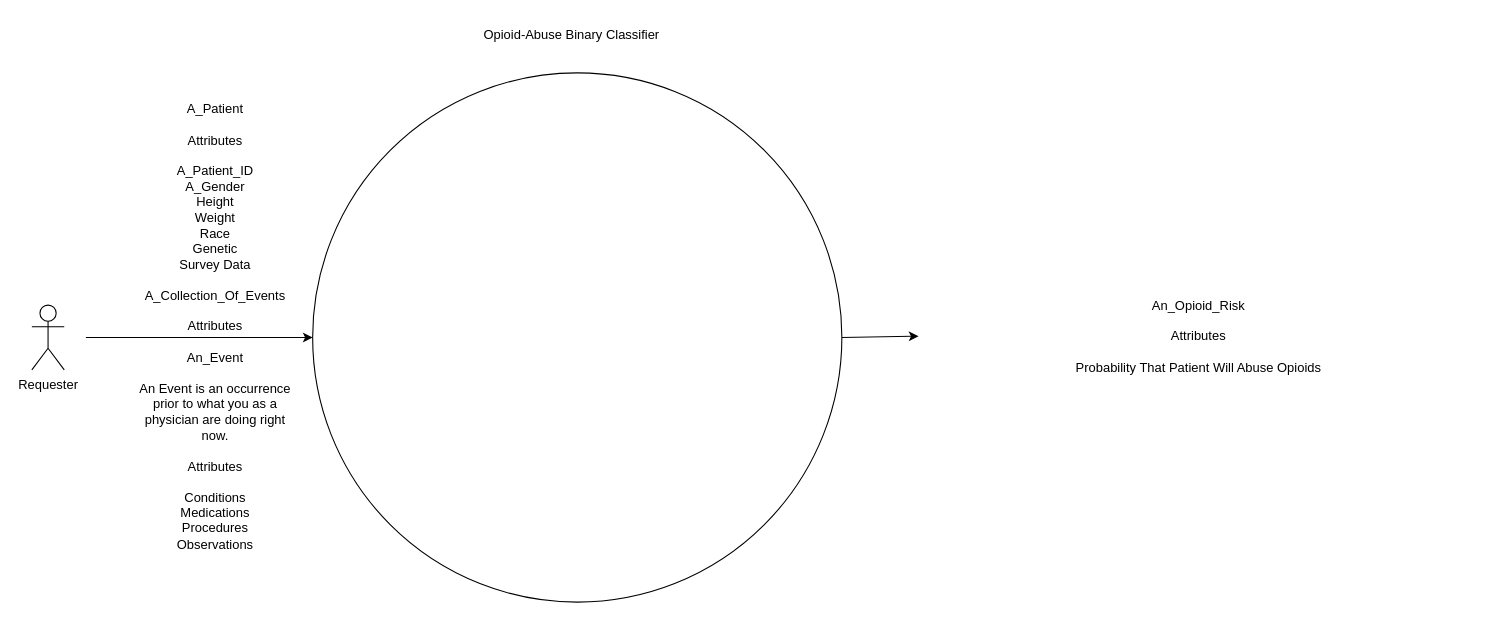
Earlier version of the draw.io diagram System_Analysis/System_Diagram.drawio (tslever/Opioid_Abuse_Predictor). Source tidied: cells renumbered, new cells numbered last; positions are measured from the earlier drawing's top-left corner, leaving out a move shared by most shapes. Both pictures are drawn from the tidied source at 108%, with x=0, y=0 at pixel (31, 18).
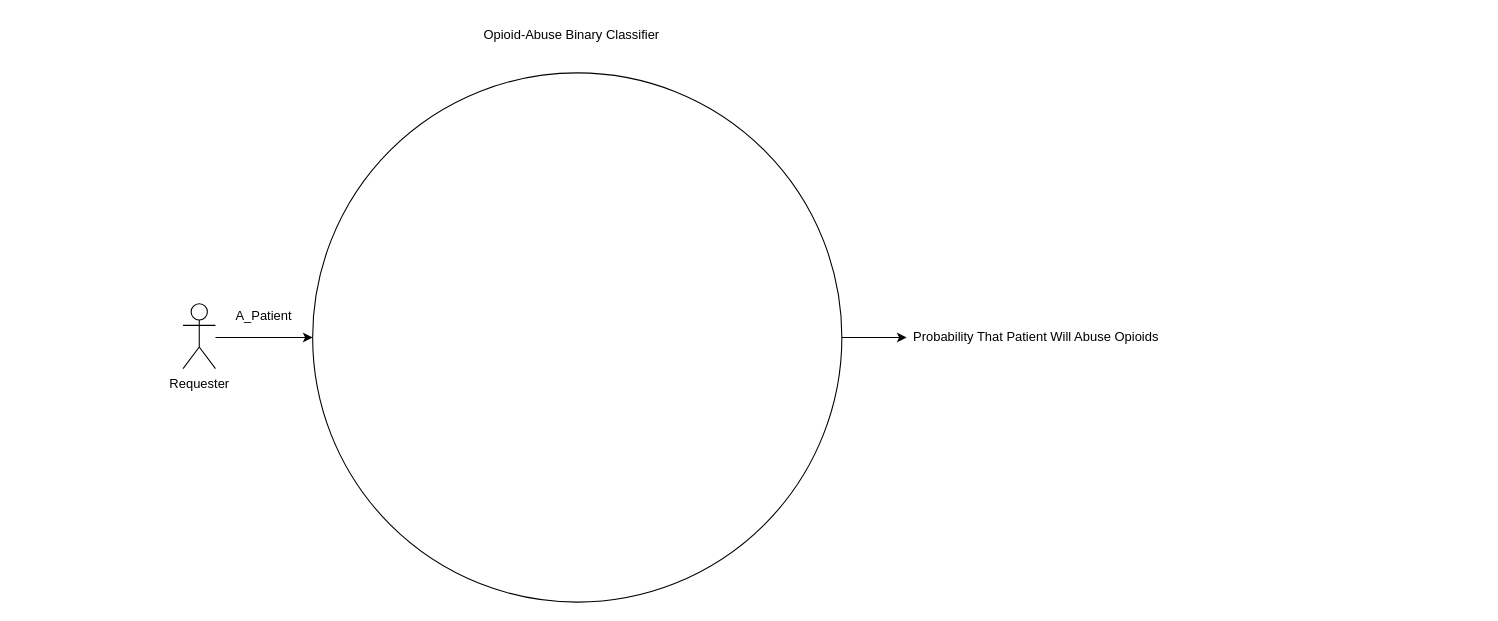
After the change.

Commit message:
Minimized System Diagram as A_Patient was mostly defined in Interface Design: Requester And Opioid-Abuse Binary Classifier

What changed in the source:
```diff
@@
 <mxGraphModel>
   <root>
     <mxCell id="0" />
     <mxCell id="1" parent="0" />
     <mxCell id="2" style="ellipse;whiteSpace=wrap;html=1;" parent="1" vertex="1">
       <mxGeometry x="260" y="50" width="490" height="490" as="geometry" />
     </mxCell>
     <mxCell id="3" style="endArrow=classic;html=1;rounded=0;entryX=0;entryY=0.5;entryDx=0;entryDy=0;" parent="1" edge="1" target="2">
       <mxGeometry relative="1" as="geometry">
-        <mxPoint x="50" y="295" as="sourcePoint" />
+        <mxPoint x="170" y="295" as="sourcePoint" />
       </mxGeometry>
     </mxCell>
     <mxCell id="4" value="Opioid-Abuse Binary Classifier" style="text;html=1;strokeColor=none;fillColor=none;align=center;verticalAlign=middle;whiteSpace=wrap;rounded=0;" parent="1" vertex="1">
       <mxGeometry x="390" width="220" height="30" as="geometry" />
     </mxCell>
-    <mxCell id="5" value="A_Patient&lt;br&gt;&lt;br&gt;Attributes&lt;br&gt;&lt;br&gt;A_Patient_ID&lt;br&gt;A_Gender&lt;br&gt;Height&lt;br&gt;Weight&lt;br&gt;Race&lt;br&gt;Genetic&lt;br&gt;Survey Data&lt;br&gt;&lt;br&gt;A_Collection_Of_Events&lt;br&gt;&lt;br&gt;Attributes&lt;br&gt;&lt;br&gt;An_Event&lt;br&gt;&lt;br&gt;An Event is an occurrence prior to what you as a physician are doing right now.&lt;br&gt;&lt;br&gt;Attributes&lt;br&gt;&lt;br&gt;Conditions&lt;br&gt;Medications&lt;br&gt;Procedures&lt;br&gt;Observations" style="text;html=1;strokeColor=none;fillColor=none;align=center;verticalAlign=middle;whiteSpace=wrap;rounded=0;" parent="1" vertex="1">
-      <mxGeometry x="90" y="70" width="160" height="430" as="geometry" />
+    <mxCell id="5" value="A_Patient" style="text;html=1;strokeColor=none;fillColor=none;align=center;verticalAlign=middle;whiteSpace=wrap;rounded=0;" parent="1" vertex="1">
+      <mxGeometry x="180" y="265" width="70" height="20" as="geometry" />
     </mxCell>
-    <mxCell id="6" value="An_Opioid_Risk&lt;br&gt;&lt;br&gt;Attributes&lt;br&gt;&lt;br&gt;Probability That Patient Will Abuse Opioids" style="text;html=1;strokeColor=none;fillColor=none;align=center;verticalAlign=middle;whiteSpace=wrap;rounded=0;" parent="1" vertex="1">
-      <mxGeometry x="821" y="130" width="519" height="327.5" as="geometry" />
+    <mxCell id="6" value="Probability That Patient Will Abuse Opioids" style="text;html=1;strokeColor=none;fillColor=none;align=center;verticalAlign=middle;whiteSpace=wrap;rounded=0;" parent="1" vertex="1">
+      <mxGeometry x="810" y="281.2" width="240" height="27.5" as="geometry" />
     </mxCell>
     <mxCell id="7" value="Requester" style="shape=umlActor;verticalLabelPosition=bottom;verticalAlign=top;html=1;" parent="1" vertex="1">
-      <mxGeometry y="265" width="30" height="60" as="geometry" />
+      <mxGeometry x="140" y="263.8" width="30" height="60" as="geometry" />
     </mxCell>
     <mxCell id="8" style="endArrow=classic;html=1;rounded=0;exitX=1;exitY=0.5;exitDx=0;exitDy=0;entryX=0;entryY=0.5;entryDx=0;entryDy=0;" parent="1" edge="1" source="2" target="6">
       <mxGeometry relative="1" as="geometry" />
     </mxCell>
   </root>
 </mxGraphModel>
```
